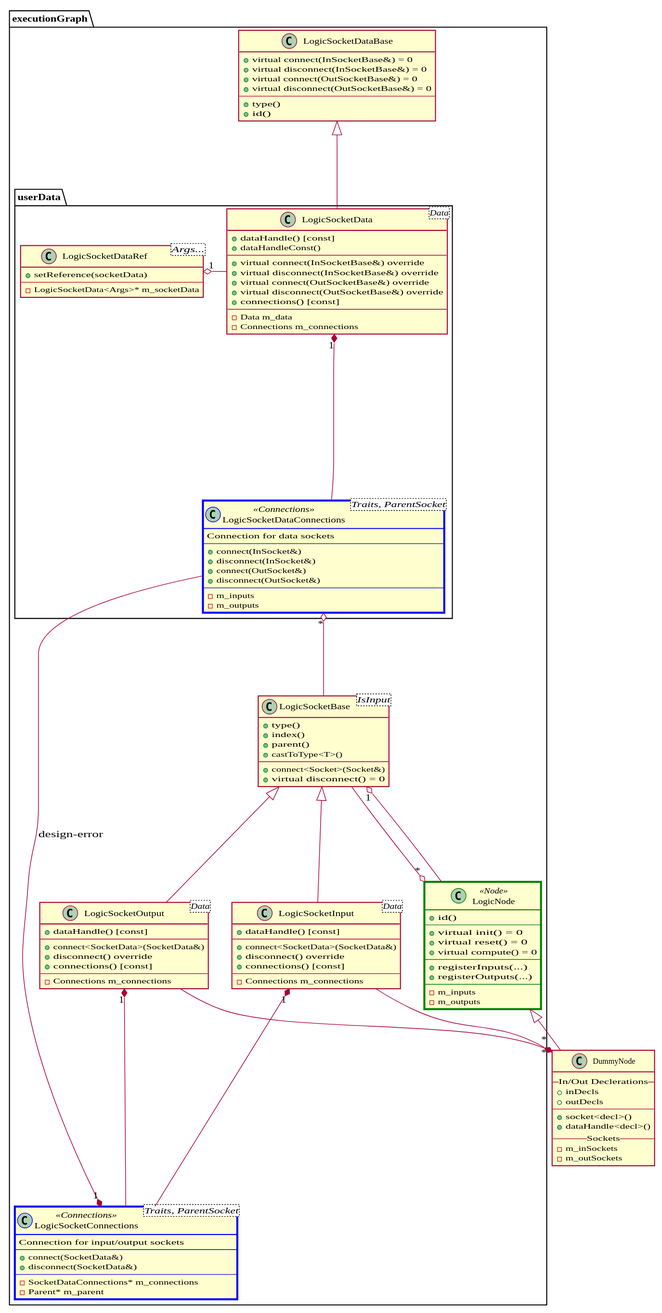
Above: docs/design/core.svg in gabyx/ExecutionGraph (PlantUML), before the change.
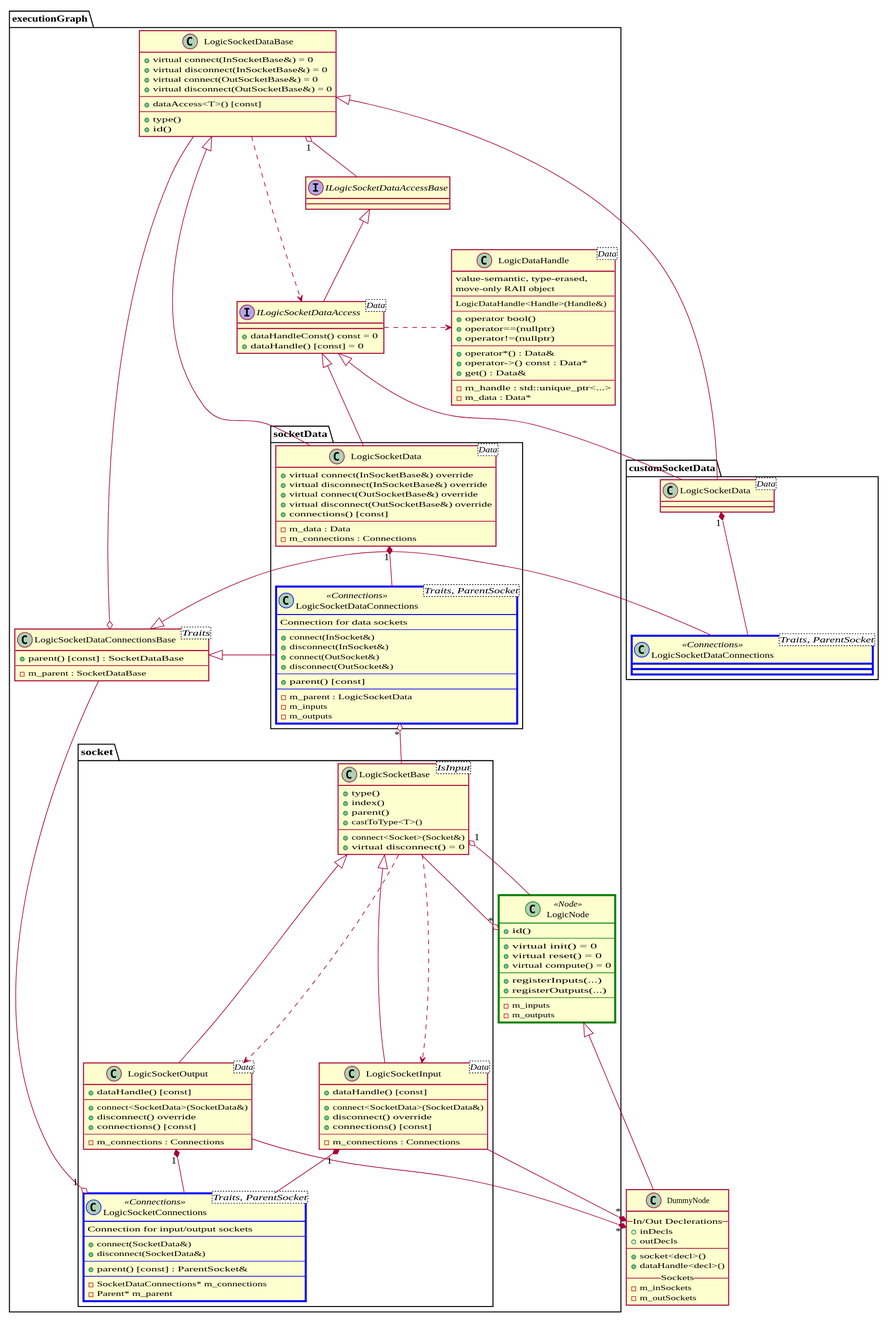
The same diagram one commit later.

Diff of the diagram source:
```diff
@@ -2,6 +2,7 @@
 set namespaceSeparator ::
 skinparam shadowing false
 skinparam defaultFontName "Fira Code"
+skinparam nodesep 100
 
 skinparam class{
     BorderColor<< Connections >> Blue
@@ -23,6 +24,14 @@
     - m_outSockets
 }
 
+namespace customSocketData{
+    class LogicSocketDataConnections<Traits, ParentSocket> << Connections >> {
+    }
+
+    class LogicSocketData<Data>{
+    }
+}
+
 namespace executionGraph{
 
     class LogicNode <<Node>> {
@@ -39,47 +48,59 @@
         - m_outputs
     }
 
-    class LogicSocketInput<Data> {
-        + dataHandle() [const]
-        --
-        + connect<SocketData>(SocketData&)
-        + disconnect() override
-        + connections() [const]
-        --
-        - Connections m_connections
+    namespace socket {
+
+        class LogicSocketInput<Data> {
+            + dataHandle() [const]
+            --
+            + connect<SocketData>(SocketData&)
+            + disconnect() override
+            + connections() [const]
+            --
+            - m_connections : Connections
+        }
+
+        class LogicSocketOutput<Data> {
+            + dataHandle() [const]
+            --
+            + connect<SocketData>(SocketData&)
+            + disconnect() override
+            + connections() [const]
+            --
+            - m_connections : Connections
+        }
+
+        class LogicSocketBase<IsInput> {
+            + type()
+            + index()
+            + parent()
+            + castToType<T>()
+            --
+            + connect<Socket>(Socket&)
+            + virtual disconnect() = 0
+        }
+
+        class LogicSocketConnections<Traits, ParentSocket> << Connections >> {
+            Connection for input/output sockets
+            --
+            + connect(SocketData&)
+            + disconnect(SocketData&)
+            --
+            + parent() [const] : ParentSocket&
+            --
+            - SocketDataConnections* m_connections
+            - Parent* m_parent
+        }
     }
 
-    class LogicSocketOutput<Data> {
-        + dataHandle() [const]
+    class LogicSocketDataConnectionsBase<Traits>
+    {
+        + parent() [const] : SocketDataBase
         --
-        + connect<SocketData>(SocketData&)
-        + disconnect() override
-        + connections() [const]
-        --
-        - Connections m_connections
+        - m_parent : SocketDataBase
     }
 
-    class LogicSocketBase<IsInput> {
-        + type()
-        + index()
-        + parent()
-        + castToType<T>()
-        --
-        + connect<Socket>(Socket&)
-        + virtual disconnect() = 0
-    }
-
-    class LogicSocketConnections<Traits, ParentSocket> << Connections >>{
-        Connection for input/output sockets
-        --
-        + connect(SocketData&)
-        + disconnect(SocketData&)
-        --
-        - SocketDataConnections* m_connections
-        - Parent* m_parent
-    }
-
-    namespace userData{
+    namespace socketData{
         class LogicSocketDataConnections<Traits, ParentSocket> << Connections >> {
             Connection for data sockets
             --
@@ -88,31 +109,52 @@
             + connect(OutSocket&)
             + disconnect(OutSocket&)
             --
+            + parent() [const]
+            --
+            - m_parent : LogicSocketData
             - m_inputs
             - m_outputs
         }
 
         class LogicSocketData<Data>{
-            + dataHandle() [const]
-            + dataHandleConst()
-            --
             + virtual connect(InSocketBase&) override
             + virtual disconnect(InSocketBase&) override
             + virtual connect(OutSocketBase&) override
             + virtual disconnect(OutSocketBase&) override
             + connections() [const]
             --
-            - Data m_data
-            - Connections m_connections
+            - m_data : Data
+            - m_connections : Connections
         }
 
 
-        class LogicSocketDataRef<Args...>{
-            + setReference(socketData)
-            --
-            - LogicSocketData<Args>* m_socketData
-        }
 
+    }
+
+    class LogicDataHandle<Data>
+    {
+        value-semantic, type-erased,
+        move-only RAII object
+        --
+        LogicDataHandle<Handle>(Handle&)
+        --
+        + operator bool()
+        + operator==(nullptr)
+        + operator!=(nullptr)
+        --
+        + operator*() : Data&
+        + operator->() const : Data*
+        + get() : Data&
+        --
+        - m_handle : std::unique_ptr<...>
+        - m_data : Data*
+    }
+
+    interface ILogicSocketDataAccessBase
+    interface ILogicSocketDataAccess<Data>
+    {
+        + dataHandleConst() const = 0
+        + dataHandle() [const] = 0
     }
 
     class LogicSocketDataBase{
@@ -121,33 +163,51 @@
         + virtual connect(OutSocketBase&) = 0
         + virtual disconnect(OutSocketBase&) = 0
         --
+        + dataAccess<T>() [const]
+        --
         + type()
         + id()
     }
 }
 
+executionGraph::socket::LogicSocketInput -up-|> executionGraph::socket::LogicSocketBase
+executionGraph::socket::LogicSocketOutput -up-|> executionGraph::socket::LogicSocketBase
+
+executionGraph::LogicNode "*" o-up- executionGraph::socket::LogicSocketBase
+
+DummyNode "*" *-up- executionGraph::socket::LogicSocketInput
+DummyNode "*" *-up- executionGraph::socket::LogicSocketOutput
+
+executionGraph::socket::LogicSocketInput "1" *-- executionGraph::socket::LogicSocketConnections
+executionGraph::socket::LogicSocketOutput "1" *-- executionGraph::socket::LogicSocketConnections
+
+executionGraph::socket::LogicSocketBase "1" o-down- executionGraph::LogicNode
+executionGraph::socket::LogicSocketBase ...> executionGraph::socket::LogicSocketInput
+executionGraph::socket::LogicSocketBase ...> executionGraph::socket::LogicSocketOutput
+
+executionGraph::ILogicSocketDataAccess -up-|> executionGraph::ILogicSocketDataAccessBase
+executionGraph::ILogicSocketDataAccess .right.> executionGraph::LogicDataHandle
+
+executionGraph::socketData::LogicSocketData -up-|> executionGraph::LogicSocketDataBase
+executionGraph::socketData::LogicSocketData -up-|> executionGraph::ILogicSocketDataAccess
+
+executionGraph::LogicSocketDataBase ...> executionGraph::ILogicSocketDataAccess
+executionGraph::LogicSocketDataBase "1" o-down- executionGraph::ILogicSocketDataAccessBase
+
+executionGraph::socketData::LogicSocketDataConnections "*" o-down- executionGraph::socket::LogicSocketBase
+executionGraph::socketData::LogicSocketDataConnections -left-|> executionGraph::LogicSocketDataConnectionsBase
+
+executionGraph::LogicSocketDataConnectionsBase o-up- executionGraph::LogicSocketDataBase
+
+executionGraph::socketData::LogicSocketData "1" *-down- executionGraph::socketData::LogicSocketDataConnections
+
+executionGraph::socket::LogicSocketConnections "1" o-up- executionGraph::LogicSocketDataConnectionsBase
+
+customSocketData::LogicSocketDataConnections -right-|> executionGraph::LogicSocketDataConnectionsBase
+customSocketData::LogicSocketData -right-|> executionGraph::LogicSocketDataBase
+customSocketData::LogicSocketData -up-|> executionGraph::ILogicSocketDataAccess
+customSocketData::LogicSocketData "1" *-down- customSocketData::LogicSocketDataConnections
 DummyNode -up-|> executionGraph::LogicNode
 
-executionGraph::LogicSocketInput -up-|> executionGraph::LogicSocketBase
-executionGraph::LogicSocketOutput -up-|> executionGraph::LogicSocketBase
-
-executionGraph::LogicNode "*" o-up- executionGraph::LogicSocketBase
-
-
-
-DummyNode "*" *-up- executionGraph::LogicSocketInput
-DummyNode "*" *-up- executionGraph::LogicSocketOutput
-
-executionGraph::LogicSocketInput "1" *-- executionGraph::LogicSocketConnections
-executionGraph::LogicSocketOutput "1" *-- executionGraph::LogicSocketConnections
-
-executionGraph::LogicSocketBase "1" o-down- executionGraph::LogicNode
-
-executionGraph::userData::LogicSocketData -up-|> executionGraph::LogicSocketDataBase
-executionGraph::userData::LogicSocketDataConnections "*" o-down- executionGraph::LogicSocketBase
-executionGraph::userData::LogicSocketData -right-o "1" executionGraph::userData::LogicSocketDataRef
-executionGraph::userData::LogicSocketData "1" *-down- executionGraph::userData::LogicSocketDataConnections
-
-executionGraph::LogicSocketConnections "1" *-- executionGraph::userData::LogicSocketDataConnections : design-error
 
 @enduml
```
